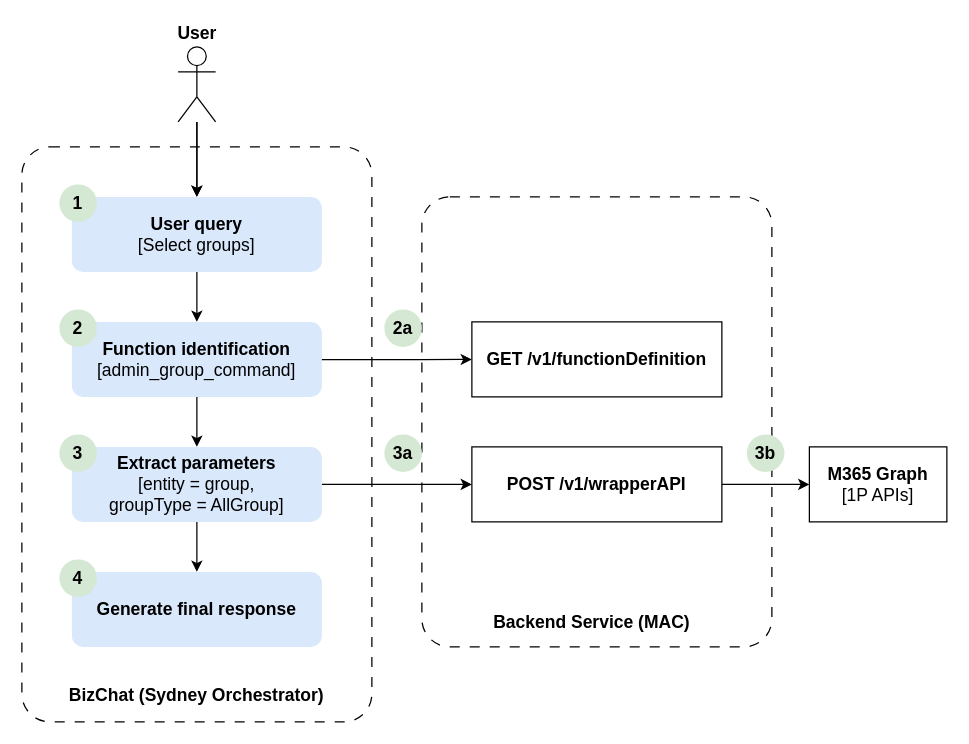
Above: AdminAgentPOC2.drawio in prshelke/DrawIO (draw.io), before the change. Source tidied: cells renumbered, new cells numbered last; positions are measured from the earlier drawing's top-left corner, leaving out a move shared by most shapes. Both pictures are drawn from the tidied source at 125%, with x=0, y=0 at pixel (21, 46).
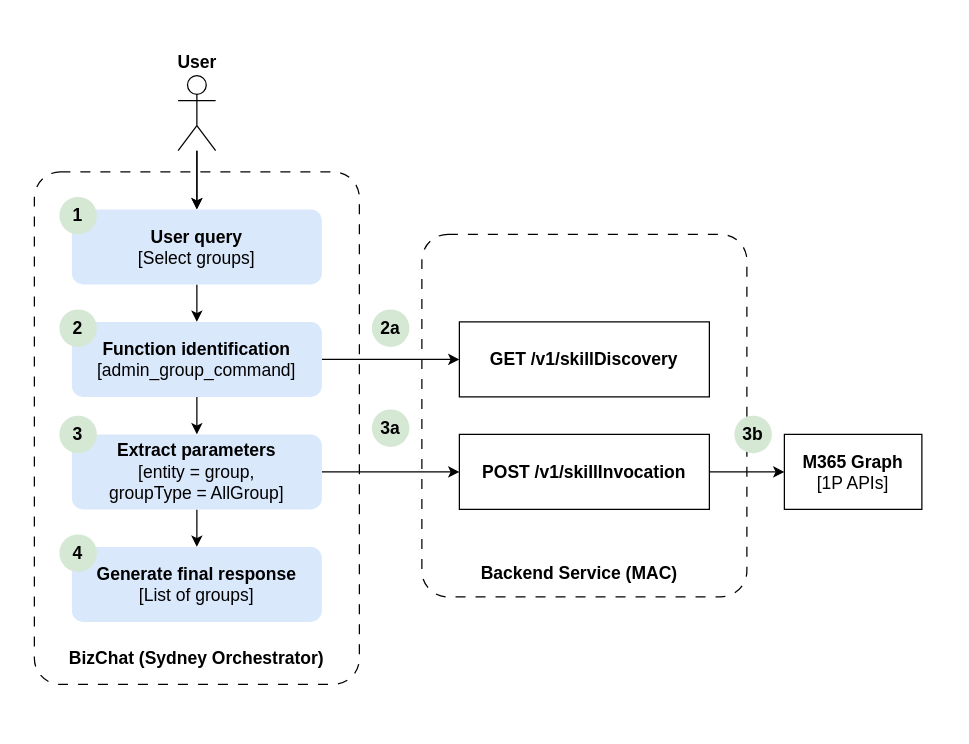
The same diagram, later.

The change refers to these unchanged cells:
```xml
<mxCell id="12" value="&lt;span&gt;&lt;b&gt;Function identification&lt;/b&gt;&lt;/span&gt;&lt;div&gt;&lt;span&gt;[admin_group_command]&lt;/span&gt;&lt;/div&gt;" style="rounded=1;whiteSpace=wrap;html=1;fillColor=#dae8fc;strokeColor=none;fontSize=14;" parent="1" vertex="1">
  <mxGeometry x="40" y="220" width="200" height="60" as="geometry" />
</mxCell>
```

What changed in the source:
```diff
@@
-    <mxCell id="2" value="&lt;div&gt;&lt;br&gt;&lt;/div&gt;&lt;b&gt;&lt;font style=&quot;font-size: 14px;&quot;&gt;&lt;div style=&quot;&quot;&gt;&lt;b style=&quot;background-color: transparent; color: light-dark(rgb(0, 0, 0), rgb(255, 255, 255)); font-size: 12px;&quot;&gt;&lt;font style=&quot;font-size: 14px;&quot;&gt;&lt;br&gt;&lt;/font&gt;&lt;/b&gt;&lt;/div&gt;&lt;div style=&quot;&quot;&gt;&lt;br&gt;&lt;/div&gt;&lt;div style=&quot;&quot;&gt;&lt;b style=&quot;background-color: transparent; color: light-dark(rgb(0, 0, 0), rgb(255, 255, 255)); font-size: 12px;&quot;&gt;&lt;font style=&quot;font-size: 14px;&quot;&gt;&lt;br&gt;&lt;/font&gt;&lt;/b&gt;&lt;/div&gt;&lt;div style=&quot;&quot;&gt;&lt;b style=&quot;background-color: transparent; color: light-dark(rgb(0, 0, 0), rgb(255, 255, 255)); font-size: 12px;&quot;&gt;&lt;font style=&quot;font-size: 14px;&quot;&gt;&lt;br&gt;&lt;/font&gt;&lt;/b&gt;&lt;/div&gt;&lt;div style=&quot;&quot;&gt;&lt;b style=&quot;background-color: transparent; color: light-dark(rgb(0, 0, 0), rgb(255, 255, 255)); font-size: 12px;&quot;&gt;&lt;font style=&quot;font-size: 14px;&quot;&gt;&lt;br&gt;&lt;/font&gt;&lt;/b&gt;&lt;/div&gt;&lt;div style=&quot;&quot;&gt;&lt;b style=&quot;background-color: transparent; color: light-dark(rgb(0, 0, 0), rgb(255, 255, 255)); font-size: 12px;&quot;&gt;&lt;font style=&quot;font-size: 14px;&quot;&gt;&lt;br&gt;&lt;/font&gt;&lt;/b&gt;&lt;/div&gt;&lt;div style=&quot;&quot;&gt;&lt;b style=&quot;background-color: transparent; color: light-dark(rgb(0, 0, 0), rgb(255, 255, 255)); font-size: 12px;&quot;&gt;&lt;font style=&quot;font-size: 14px;&quot;&gt;&lt;br&gt;&lt;/font&gt;&lt;/b&gt;&lt;/div&gt;&lt;div style=&quot;&quot;&gt;&lt;b style=&quot;background-color: transparent; color: light-dark(rgb(0, 0, 0), rgb(255, 255, 255)); font-size: 12px;&quot;&gt;&lt;font style=&quot;font-size: 14px;&quot;&gt;&lt;br&gt;&lt;/font&gt;&lt;/b&gt;&lt;/div&gt;&lt;div style=&quot;&quot;&gt;&lt;b style=&quot;background-color: transparent; color: light-dark(rgb(0, 0, 0), rgb(255, 255, 255)); font-size: 12px;&quot;&gt;&lt;font style=&quot;font-size: 14px;&quot;&gt;&lt;br&gt;&lt;/font&gt;&lt;/b&gt;&lt;/div&gt;&lt;div style=&quot;&quot;&gt;&lt;b style=&quot;background-color: transparent; color: light-dark(rgb(0, 0, 0), rgb(255, 255, 255)); font-size: 12px;&quot;&gt;&lt;font style=&quot;font-size: 14px;&quot;&gt;&lt;br&gt;&lt;/font&gt;&lt;/b&gt;&lt;/div&gt;&lt;div style=&quot;&quot;&gt;&lt;b style=&quot;background-color: transparent; color: light-dark(rgb(0, 0, 0), rgb(255, 255, 255)); font-size: 12px;&quot;&gt;&lt;font style=&quot;font-size: 14px;&quot;&gt;&lt;br&gt;&lt;/font&gt;&lt;/b&gt;&lt;/div&gt;&lt;div style=&quot;&quot;&gt;&lt;b style=&quot;background-color: transparent; color: light-dark(rgb(0, 0, 0), rgb(255, 255, 255)); font-size: 12px;&quot;&gt;&lt;font style=&quot;font-size: 14px;&quot;&gt;&lt;br&gt;&lt;/font&gt;&lt;/b&gt;&lt;/div&gt;&lt;div style=&quot;&quot;&gt;&lt;b style=&quot;background-color: transparent; color: light-dark(rgb(0, 0, 0), rgb(255, 255, 255)); font-size: 12px;&quot;&gt;&lt;font style=&quot;font-size: 14px;&quot;&gt;&lt;br&gt;&lt;/font&gt;&lt;/b&gt;&lt;/div&gt;&lt;div style=&quot;&quot;&gt;&lt;b style=&quot;background-color: transparent; color: light-dark(rgb(0, 0, 0), rgb(255, 255, 255)); font-size: 12px;&quot;&gt;&lt;font style=&quot;font-size: 14px;&quot;&gt;&lt;br&gt;&lt;/font&gt;&lt;/b&gt;&lt;/div&gt;&lt;div style=&quot;&quot;&gt;&lt;b style=&quot;background-color: transparent; color: light-dark(rgb(0, 0, 0), rgb(255, 255, 255)); font-size: 12px;&quot;&gt;&lt;font style=&quot;font-size: 14px;&quot;&gt;&lt;br&gt;&lt;/font&gt;&lt;/b&gt;&lt;/div&gt;&lt;div style=&quot;&quot;&gt;&lt;b style=&quot;background-color: transparent; color: light-dark(rgb(0, 0, 0), rgb(255, 255, 255)); font-size: 12px;&quot;&gt;&lt;font style=&quot;font-size: 14px;&quot;&gt;&lt;br&gt;&lt;/font&gt;&lt;/b&gt;&lt;/div&gt;&lt;div style=&quot;&quot;&gt;&lt;b style=&quot;background-color: transparent; color: light-dark(rgb(0, 0, 0), rgb(255, 255, 255)); font-size: 12px;&quot;&gt;&lt;font style=&quot;font-size: 14px;&quot;&gt;&lt;br&gt;&lt;/font&gt;&lt;/b&gt;&lt;/div&gt;&lt;div style=&quot;&quot;&gt;&lt;b style=&quot;background-color: transparent; color: light-dark(rgb(0, 0, 0), rgb(255, 255, 255)); font-size: 12px;&quot;&gt;&lt;font style=&quot;font-size: 14px;&quot;&gt;&lt;br&gt;&lt;/font&gt;&lt;/b&gt;&lt;/div&gt;&lt;div style=&quot;&quot;&gt;&lt;b style=&quot;background-color: transparent; color: light-dark(rgb(0, 0, 0), rgb(255, 255, 255)); font-size: 12px;&quot;&gt;&lt;font style=&quot;font-size: 14px;&quot;&gt;&lt;br&gt;&lt;/font&gt;&lt;/b&gt;&lt;/div&gt;&lt;div style=&quot;&quot;&gt;&lt;b style=&quot;background-color: transparent; color: light-dark(rgb(0, 0, 0), rgb(255, 255, 255)); font-size: 12px;&quot;&gt;&lt;font style=&quot;font-size: 14px;&quot;&gt;&lt;br&gt;&lt;/font&gt;&lt;/b&gt;&lt;/div&gt;&lt;div style=&quot;&quot;&gt;&lt;b style=&quot;background-color: transparent; color: light-dark(rgb(0, 0, 0), rgb(255, 255, 255)); font-size: 12px;&quot;&gt;&lt;font style=&quot;font-size: 14px;&quot;&gt;&lt;br&gt;&lt;/font&gt;&lt;/b&gt;&lt;/div&gt;&lt;div style=&quot;&quot;&gt;&lt;b style=&quot;background-color: transparent; color: light-dark(rgb(0, 0, 0), rgb(255, 255, 255)); font-size: 12px;&quot;&gt;&lt;font style=&quot;font-size: 14px;&quot;&gt;&lt;br&gt;&lt;/font&gt;&lt;/b&gt;&lt;/div&gt;&lt;div style=&quot;&quot;&gt;&lt;b style=&quot;background-color: transparent; color: light-dark(rgb(0, 0, 0), rgb(255, 255, 255)); font-size: 12px;&quot;&gt;&lt;font style=&quot;font-size: 14px;&quot;&gt;&lt;br&gt;&lt;/font&gt;&lt;/b&gt;&lt;/div&gt;&lt;div style=&quot;&quot;&gt;&lt;b style=&quot;background-color: transparent; color: light-dark(rgb(0, 0, 0), rgb(255, 255, 255)); font-size: 12px;&quot;&gt;&lt;font style=&quot;font-size: 14px;&quot;&gt;&lt;br&gt;&lt;/font&gt;&lt;/b&gt;&lt;/div&gt;&lt;div style=&quot;&quot;&gt;&lt;b style=&quot;background-color: transparent; color: light-dark(rgb(0, 0, 0), rgb(255, 255, 255)); font-size: 12px;&quot;&gt;&lt;font style=&quot;font-size: 14px;&quot;&gt;BizChat (Sydney Orchestrator)&lt;/font&gt;&lt;/b&gt;&lt;/div&gt;&lt;/font&gt;&lt;/b&gt;" style="rounded=1;whiteSpace=wrap;html=1;fillStyle=dashed;fillColor=none;gradientColor=none;dashed=1;dashPattern=8 8;align=center;arcSize=8;" parent="1" vertex="1">
-      <mxGeometry y="80" width="280" height="460" as="geometry" />
+    <mxCell id="2" value="&lt;div&gt;&lt;br&gt;&lt;/div&gt;&lt;b&gt;&lt;font style=&quot;font-size: 14px;&quot;&gt;&lt;div style=&quot;&quot;&gt;&lt;b style=&quot;background-color: transparent; color: light-dark(rgb(0, 0, 0), rgb(255, 255, 255)); font-size: 12px;&quot;&gt;&lt;font style=&quot;font-size: 14px;&quot;&gt;&lt;br&gt;&lt;/font&gt;&lt;/b&gt;&lt;/div&gt;&lt;div style=&quot;&quot;&gt;&lt;br&gt;&lt;/div&gt;&lt;div style=&quot;&quot;&gt;&lt;b style=&quot;background-color: transparent; color: light-dark(rgb(0, 0, 0), rgb(255, 255, 255)); font-size: 12px;&quot;&gt;&lt;font style=&quot;font-size: 14px;&quot;&gt;&lt;br&gt;&lt;/font&gt;&lt;/b&gt;&lt;/div&gt;&lt;div style=&quot;&quot;&gt;&lt;b style=&quot;background-color: transparent; color: light-dark(rgb(0, 0, 0), rgb(255, 255, 255)); font-size: 12px;&quot;&gt;&lt;font style=&quot;font-size: 14px;&quot;&gt;&lt;br&gt;&lt;/font&gt;&lt;/b&gt;&lt;/div&gt;&lt;div style=&quot;&quot;&gt;&lt;b style=&quot;background-color: transparent; color: light-dark(rgb(0, 0, 0), rgb(255, 255, 255)); font-size: 12px;&quot;&gt;&lt;font style=&quot;font-size: 14px;&quot;&gt;&lt;br&gt;&lt;/font&gt;&lt;/b&gt;&lt;/div&gt;&lt;div style=&quot;&quot;&gt;&lt;b style=&quot;background-color: transparent; color: light-dark(rgb(0, 0, 0), rgb(255, 255, 255)); font-size: 12px;&quot;&gt;&lt;font style=&quot;font-size: 14px;&quot;&gt;&lt;br&gt;&lt;/font&gt;&lt;/b&gt;&lt;/div&gt;&lt;div style=&quot;&quot;&gt;&lt;b style=&quot;background-color: transparent; color: light-dark(rgb(0, 0, 0), rgb(255, 255, 255)); font-size: 12px;&quot;&gt;&lt;font style=&quot;font-size: 14px;&quot;&gt;&lt;br&gt;&lt;/font&gt;&lt;/b&gt;&lt;/div&gt;&lt;div style=&quot;&quot;&gt;&lt;b style=&quot;background-color: transparent; color: light-dark(rgb(0, 0, 0), rgb(255, 255, 255)); font-size: 12px;&quot;&gt;&lt;font style=&quot;font-size: 14px;&quot;&gt;&lt;br&gt;&lt;/font&gt;&lt;/b&gt;&lt;/div&gt;&lt;div style=&quot;&quot;&gt;&lt;b style=&quot;background-color: transparent; color: light-dark(rgb(0, 0, 0), rgb(255, 255, 255)); font-size: 12px;&quot;&gt;&lt;font style=&quot;font-size: 14px;&quot;&gt;&lt;br&gt;&lt;/font&gt;&lt;/b&gt;&lt;/div&gt;&lt;div style=&quot;&quot;&gt;&lt;b style=&quot;background-color: transparent; color: light-dark(rgb(0, 0, 0), rgb(255, 255, 255)); font-size: 12px;&quot;&gt;&lt;font style=&quot;font-size: 14px;&quot;&gt;&lt;br&gt;&lt;/font&gt;&lt;/b&gt;&lt;/div&gt;&lt;div style=&quot;&quot;&gt;&lt;b style=&quot;background-color: transparent; color: light-dark(rgb(0, 0, 0), rgb(255, 255, 255)); font-size: 12px;&quot;&gt;&lt;font style=&quot;font-size: 14px;&quot;&gt;&lt;br&gt;&lt;/font&gt;&lt;/b&gt;&lt;/div&gt;&lt;div style=&quot;&quot;&gt;&lt;b style=&quot;background-color: transparent; color: light-dark(rgb(0, 0, 0), rgb(255, 255, 255)); font-size: 12px;&quot;&gt;&lt;font style=&quot;font-size: 14px;&quot;&gt;&lt;br&gt;&lt;/font&gt;&lt;/b&gt;&lt;/div&gt;&lt;div style=&quot;&quot;&gt;&lt;b style=&quot;background-color: transparent; color: light-dark(rgb(0, 0, 0), rgb(255, 255, 255)); font-size: 12px;&quot;&gt;&lt;font style=&quot;font-size: 14px;&quot;&gt;&lt;br&gt;&lt;/font&gt;&lt;/b&gt;&lt;/div&gt;&lt;div style=&quot;&quot;&gt;&lt;b style=&quot;background-color: transparent; color: light-dark(rgb(0, 0, 0), rgb(255, 255, 255)); font-size: 12px;&quot;&gt;&lt;font style=&quot;font-size: 14px;&quot;&gt;&lt;br&gt;&lt;/font&gt;&lt;/b&gt;&lt;/div&gt;&lt;div style=&quot;&quot;&gt;&lt;b style=&quot;background-color: transparent; color: light-dark(rgb(0, 0, 0), rgb(255, 255, 255)); font-size: 12px;&quot;&gt;&lt;font style=&quot;font-size: 14px;&quot;&gt;&lt;br&gt;&lt;/font&gt;&lt;/b&gt;&lt;/div&gt;&lt;div style=&quot;&quot;&gt;&lt;b style=&quot;background-color: transparent; color: light-dark(rgb(0, 0, 0), rgb(255, 255, 255)); font-size: 12px;&quot;&gt;&lt;font style=&quot;font-size: 14px;&quot;&gt;&lt;br&gt;&lt;/font&gt;&lt;/b&gt;&lt;/div&gt;&lt;div style=&quot;&quot;&gt;&lt;b style=&quot;background-color: transparent; color: light-dark(rgb(0, 0, 0), rgb(255, 255, 255)); font-size: 12px;&quot;&gt;&lt;font style=&quot;font-size: 14px;&quot;&gt;&lt;br&gt;&lt;/font&gt;&lt;/b&gt;&lt;/div&gt;&lt;div style=&quot;&quot;&gt;&lt;b style=&quot;background-color: transparent; color: light-dark(rgb(0, 0, 0), rgb(255, 255, 255)); font-size: 12px;&quot;&gt;&lt;font style=&quot;font-size: 14px;&quot;&gt;&lt;br&gt;&lt;/font&gt;&lt;/b&gt;&lt;/div&gt;&lt;div style=&quot;&quot;&gt;&lt;b style=&quot;background-color: transparent; color: light-dark(rgb(0, 0, 0), rgb(255, 255, 255)); font-size: 12px;&quot;&gt;&lt;font style=&quot;font-size: 14px;&quot;&gt;&lt;br&gt;&lt;/font&gt;&lt;/b&gt;&lt;/div&gt;&lt;div style=&quot;&quot;&gt;&lt;br&gt;&lt;/div&gt;&lt;div style=&quot;&quot;&gt;&lt;br&gt;&lt;/div&gt;&lt;div style=&quot;&quot;&gt;&lt;b style=&quot;background-color: transparent; color: light-dark(rgb(0, 0, 0), rgb(255, 255, 255)); font-size: 12px;&quot;&gt;&lt;font style=&quot;font-size: 14px;&quot;&gt;BizChat (Sydney Orchestrator)&lt;/font&gt;&lt;/b&gt;&lt;/div&gt;&lt;/font&gt;&lt;/b&gt;" style="rounded=1;whiteSpace=wrap;html=1;fillStyle=dashed;fillColor=none;gradientColor=none;dashed=1;dashPattern=8 8;align=center;arcSize=8;" parent="1" vertex="1">
+      <mxGeometry x="10" y="100" width="260" height="410" as="geometry" />
     </mxCell>
-    <mxCell id="3" value="&lt;div&gt;&lt;b&gt;&lt;font style=&quot;font-size: 14px;&quot;&gt;&lt;br&gt;&lt;/font&gt;&lt;/b&gt;&lt;/div&gt;&lt;b&gt;&lt;font style=&quot;font-size: 14px;&quot;&gt;&lt;div&gt;&lt;b&gt;&lt;font style=&quot;font-size: 14px;&quot;&gt;&lt;br&gt;&lt;/font&gt;&lt;/b&gt;&lt;/div&gt;&lt;div&gt;&lt;b&gt;&lt;font style=&quot;font-size: 14px;&quot;&gt;&lt;br&gt;&lt;/font&gt;&lt;/b&gt;&lt;/div&gt;&lt;div&gt;&lt;b&gt;&lt;font style=&quot;font-size: 14px;&quot;&gt;&lt;br&gt;&lt;/font&gt;&lt;/b&gt;&lt;/div&gt;&lt;div&gt;&lt;b&gt;&lt;font style=&quot;font-size: 14px;&quot;&gt;&lt;br&gt;&lt;/font&gt;&lt;/b&gt;&lt;/div&gt;&lt;div&gt;&lt;b&gt;&lt;font style=&quot;font-size: 14px;&quot;&gt;&lt;br&gt;&lt;/font&gt;&lt;/b&gt;&lt;/div&gt;&lt;div&gt;&lt;b&gt;&lt;font style=&quot;font-size: 14px;&quot;&gt;&lt;br&gt;&lt;/font&gt;&lt;/b&gt;&lt;/div&gt;&lt;div&gt;&lt;b&gt;&lt;font style=&quot;font-size: 14px;&quot;&gt;&lt;br&gt;&lt;/font&gt;&lt;/b&gt;&lt;/div&gt;&lt;div&gt;&lt;b&gt;&lt;font style=&quot;font-size: 14px;&quot;&gt;&lt;br&gt;&lt;/font&gt;&lt;/b&gt;&lt;/div&gt;&lt;div&gt;&lt;b&gt;&lt;font style=&quot;font-size: 14px;&quot;&gt;&lt;br&gt;&lt;/font&gt;&lt;/b&gt;&lt;/div&gt;&lt;div&gt;&lt;b&gt;&lt;font style=&quot;font-size: 14px;&quot;&gt;&lt;br&gt;&lt;/font&gt;&lt;/b&gt;&lt;/div&gt;&lt;div&gt;&lt;b&gt;&lt;font style=&quot;font-size: 14px;&quot;&gt;&lt;br&gt;&lt;/font&gt;&lt;/b&gt;&lt;/div&gt;&lt;div&gt;&lt;b&gt;&lt;font style=&quot;font-size: 14px;&quot;&gt;&lt;br&gt;&lt;/font&gt;&lt;/b&gt;&lt;/div&gt;&lt;div&gt;&lt;b&gt;&lt;font style=&quot;font-size: 14px;&quot;&gt;&lt;br&gt;&lt;/font&gt;&lt;/b&gt;&lt;/div&gt;&lt;div&gt;&lt;b&gt;&lt;font style=&quot;font-size: 14px;&quot;&gt;&lt;br&gt;&lt;/font&gt;&lt;/b&gt;&lt;/div&gt;&lt;div&gt;&lt;b&gt;&lt;font style=&quot;font-size: 14px;&quot;&gt;&lt;br&gt;&lt;/font&gt;&lt;/b&gt;&lt;/div&gt;&lt;div&gt;&lt;b&gt;&lt;font style=&quot;font-size: 14px;&quot;&gt;&lt;br&gt;&lt;/font&gt;&lt;/b&gt;&lt;/div&gt;&lt;div&gt;&lt;b&gt;&lt;font style=&quot;font-size: 14px;&quot;&gt;&lt;br&gt;&lt;/font&gt;&lt;/b&gt;&lt;/div&gt;&lt;div&gt;&lt;b&gt;&lt;font style=&quot;font-size: 14px;&quot;&gt;&lt;br&gt;&lt;/font&gt;&lt;/b&gt;&lt;/div&gt;Backend Service (MAC)&amp;nbsp;&amp;nbsp;&lt;/font&gt;&lt;/b&gt;" style="rounded=1;whiteSpace=wrap;html=1;fillStyle=dashed;fillColor=default;gradientColor=none;dashed=1;dashPattern=8 8;align=center;arcSize=8;" parent="1" vertex="1">
-      <mxGeometry x="320" y="120" width="280" height="360" as="geometry" />
+    <mxCell id="3" value="&lt;div&gt;&lt;b&gt;&lt;font style=&quot;font-size: 14px;&quot;&gt;&lt;br&gt;&lt;/font&gt;&lt;/b&gt;&lt;/div&gt;&lt;b&gt;&lt;font style=&quot;font-size: 14px;&quot;&gt;&lt;div&gt;&lt;b&gt;&lt;font style=&quot;font-size: 14px;&quot;&gt;&lt;br&gt;&lt;/font&gt;&lt;/b&gt;&lt;/div&gt;&lt;div&gt;&lt;b&gt;&lt;font style=&quot;font-size: 14px;&quot;&gt;&lt;br&gt;&lt;/font&gt;&lt;/b&gt;&lt;/div&gt;&lt;div&gt;&lt;b&gt;&lt;font style=&quot;font-size: 14px;&quot;&gt;&lt;br&gt;&lt;/font&gt;&lt;/b&gt;&lt;/div&gt;&lt;div&gt;&lt;b&gt;&lt;font style=&quot;font-size: 14px;&quot;&gt;&lt;br&gt;&lt;/font&gt;&lt;/b&gt;&lt;/div&gt;&lt;div&gt;&lt;b&gt;&lt;font style=&quot;font-size: 14px;&quot;&gt;&lt;br&gt;&lt;/font&gt;&lt;/b&gt;&lt;/div&gt;&lt;div&gt;&lt;b&gt;&lt;font style=&quot;font-size: 14px;&quot;&gt;&lt;br&gt;&lt;/font&gt;&lt;/b&gt;&lt;/div&gt;&lt;div&gt;&lt;b&gt;&lt;font style=&quot;font-size: 14px;&quot;&gt;&lt;br&gt;&lt;/font&gt;&lt;/b&gt;&lt;/div&gt;&lt;div&gt;&lt;b&gt;&lt;font style=&quot;font-size: 14px;&quot;&gt;&lt;br&gt;&lt;/font&gt;&lt;/b&gt;&lt;/div&gt;&lt;div&gt;&lt;b&gt;&lt;font style=&quot;font-size: 14px;&quot;&gt;&lt;br&gt;&lt;/font&gt;&lt;/b&gt;&lt;/div&gt;&lt;div&gt;&lt;b&gt;&lt;font style=&quot;font-size: 14px;&quot;&gt;&lt;br&gt;&lt;/font&gt;&lt;/b&gt;&lt;/div&gt;&lt;div&gt;&lt;b&gt;&lt;font style=&quot;font-size: 14px;&quot;&gt;&lt;br&gt;&lt;/font&gt;&lt;/b&gt;&lt;/div&gt;&lt;div&gt;&lt;b&gt;&lt;font style=&quot;font-size: 14px;&quot;&gt;&lt;br&gt;&lt;/font&gt;&lt;/b&gt;&lt;/div&gt;&lt;div&gt;&lt;b&gt;&lt;font style=&quot;font-size: 14px;&quot;&gt;&lt;br&gt;&lt;/font&gt;&lt;/b&gt;&lt;/div&gt;&lt;div&gt;&lt;br&gt;&lt;/div&gt;Backend Service (MAC)&amp;nbsp;&amp;nbsp;&lt;/font&gt;&lt;/b&gt;" style="rounded=1;whiteSpace=wrap;html=1;fillStyle=dashed;fillColor=default;gradientColor=none;dashed=1;dashPattern=8 8;align=center;arcSize=8;" parent="1" vertex="1">
+      <mxGeometry x="320" y="150" width="260" height="290" as="geometry" />
     </mxCell>
@@
     <mxCell id="5" value="&lt;font&gt;&lt;b&gt;User query&lt;/b&gt;&lt;/font&gt;&lt;div&gt;&lt;font&gt;[Select groups]&lt;/font&gt;&lt;/div&gt;" style="rounded=1;whiteSpace=wrap;html=1;fillColor=#dae8fc;strokeColor=none;fontSize=14;" parent="1" vertex="1">
-      <mxGeometry x="40" y="120" width="200" height="60" as="geometry" />
+      <mxGeometry x="40" y="130" width="200" height="60" as="geometry" />
     </mxCell>
@@
     <mxCell id="8" value="User" style="shape=umlActor;verticalLabelPosition=top;verticalAlign=bottom;html=1;outlineConnect=0;fontColor=default;align=center;horizontal=1;labelPosition=center;fontStyle=1;fontSize=14;" parent="1" vertex="1">
-      <mxGeometry x="125" width="30" height="60" as="geometry" />
+      <mxGeometry x="125" y="23" width="30" height="60" as="geometry" />
     </mxCell>
-    <mxCell id="9" value="&lt;span&gt;&lt;b&gt;Generate final response&lt;/b&gt;&lt;/span&gt;" style="rounded=1;whiteSpace=wrap;html=1;strokeColor=none;fillColor=#dae8fc;fontSize=14;" parent="1" vertex="1">
-      <mxGeometry x="40" y="420" width="200" height="60" as="geometry" />
+    <mxCell id="9" value="&lt;span&gt;&lt;b&gt;Generate final response&lt;/b&gt;&lt;/span&gt;&lt;div&gt;&lt;span&gt;[List of groups]&lt;/span&gt;&lt;/div&gt;" style="rounded=1;whiteSpace=wrap;html=1;strokeColor=none;fillColor=#dae8fc;fontSize=14;" parent="1" vertex="1">
+      <mxGeometry x="40" y="400" width="200" height="60" as="geometry" />
     </mxCell>
-    <mxCell id="10" style="edgeStyle=orthogonalEdgeStyle;rounded=0;jettySize=auto;html=1;exitX=0.813;exitY=0.37;exitDx=0;exitDy=0;entryX=0;entryY=0.5;entryDx=0;entryDy=0;exitPerimeter=0;" parent="1" edge="1" source="2" target="13">
-      <mxGeometry relative="1" as="geometry" />
-    </mxCell>
@@
+    <mxCell id="27" style="edgeStyle=orthogonalEdgeStyle;rounded=0;jettySize=auto;html=1;entryX=0;entryY=0.5;entryDx=0;entryDy=0;" parent="1" edge="1" source="12" target="13">
+      <mxGeometry relative="1" as="geometry" />
+    </mxCell>
@@
-    <mxCell id="13" value="&lt;font&gt;GET /v1/functionDefinition&lt;/font&gt;" style="rounded=0;whiteSpace=wrap;html=1;fontSize=14;fontStyle=1;" parent="1" vertex="1">
-      <mxGeometry x="360" y="220" width="200" height="60" as="geometry" />
+    <mxCell id="13" value="&lt;font&gt;GET /v1/skillDiscovery&lt;/font&gt;" style="rounded=0;whiteSpace=wrap;html=1;fontSize=14;fontStyle=1;" parent="1" vertex="1">
+      <mxGeometry x="350" y="220" width="200" height="60" as="geometry" />
     </mxCell>
-    <mxCell id="14" style="edgeStyle=orthogonalEdgeStyle;rounded=0;jettySize=auto;html=1;exitX=1;exitY=0.5;exitDx=0;exitDy=0;entryX=0;entryY=0.5;entryDx=0;entryDy=0;" parent="1" edge="1" source="15">
-      <mxGeometry relative="1" as="geometry">
-        <mxPoint x="630" y="350" as="targetPoint" />
-      </mxGeometry>
+    <mxCell id="14" style="edgeStyle=orthogonalEdgeStyle;rounded=0;jettySize=auto;html=1;exitX=1;exitY=0.5;exitDx=0;exitDy=0;entryX=0;entryY=0.5;entryDx=0;entryDy=0;" parent="1" edge="1" source="15" target="19">
+      <mxGeometry relative="1" as="geometry" />
     </mxCell>
-    <mxCell id="15" value="&lt;font&gt;POST /v1/wrapperAPI&lt;/font&gt;" style="rounded=0;whiteSpace=wrap;html=1;fontSize=14;fontStyle=1;" parent="1" vertex="1">
-      <mxGeometry x="360" y="320" width="200" height="60" as="geometry" />
+    <mxCell id="15" value="&lt;font&gt;POST /v1/skillInvocation&lt;/font&gt;" style="rounded=0;whiteSpace=wrap;html=1;fontSize=14;fontStyle=1;" parent="1" vertex="1">
+      <mxGeometry x="350" y="310" width="200" height="60" as="geometry" />
     </mxCell>
@@
     <mxCell id="18" value="&lt;span&gt;&lt;b&gt;Extract parameters&lt;/b&gt;&lt;/span&gt;&lt;div&gt;&lt;span&gt;[entity = group,&lt;/span&gt;&lt;/div&gt;&lt;div&gt;&lt;span&gt;groupType = AllGroup]&lt;/span&gt;&lt;/div&gt;" style="rounded=1;whiteSpace=wrap;html=1;strokeColor=none;fillColor=#dae8fc;fontSize=14;" parent="1" vertex="1">
-      <mxGeometry x="40" y="320" width="200" height="60" as="geometry" />
+      <mxGeometry x="40" y="310" width="200" height="60" as="geometry" />
     </mxCell>
     <mxCell id="19" value="&lt;span style=&quot;background-color: transparent; color: light-dark(rgb(0, 0, 0), rgb(255, 255, 255));&quot;&gt;M365 Graph&lt;/span&gt;&lt;br&gt;&lt;span style=&quot;background-color: transparent; color: light-dark(rgb(0, 0, 0), rgb(255, 255, 255)); font-weight: normal;&quot;&gt;[1P APIs]&lt;/span&gt;" style="rounded=0;whiteSpace=wrap;html=1;fontSize=14;fontStyle=1;" parent="1" vertex="1">
-      <mxGeometry x="630" y="320" width="110" height="60" as="geometry" />
+      <mxGeometry x="610" y="310" width="110" height="60" as="geometry" />
     </mxCell>
     <mxCell id="20" value="&lt;font&gt;&lt;span&gt;1&lt;/span&gt;&lt;/font&gt;" style="ellipse;whiteSpace=wrap;html=1;fontSize=14;fillColor=#d5e8d4;strokeColor=none;fontStyle=1;" parent="1" vertex="1">
-      <mxGeometry x="30" y="110" width="30" height="30" as="geometry" />
+      <mxGeometry x="30" y="120" width="30" height="30" as="geometry" />
     </mxCell>
     <mxCell id="21" value="4" style="ellipse;whiteSpace=wrap;html=1;fontSize=14;fillColor=#d5e8d4;strokeColor=none;fontStyle=1;" parent="1" vertex="1">
-      <mxGeometry x="30" y="410" width="30" height="30" as="geometry" />
+      <mxGeometry x="30" y="390" width="30" height="30" as="geometry" />
     </mxCell>
     <mxCell id="22" value="3" style="ellipse;whiteSpace=wrap;html=1;fontSize=14;fillColor=#d5e8d4;strokeColor=none;fontStyle=1;" parent="1" vertex="1">
-      <mxGeometry x="30" y="310" width="30" height="30" as="geometry" />
+      <mxGeometry x="30" y="295" width="30" height="30" as="geometry" />
     </mxCell>
@@
     <mxCell id="24" value="3a" style="ellipse;whiteSpace=wrap;html=1;fontSize=14;fillColor=#d5e8d4;strokeColor=none;fontStyle=1;" parent="1" vertex="1">
-      <mxGeometry x="290" y="310" width="30" height="30" as="geometry" />
+      <mxGeometry x="280" y="290" width="30" height="30" as="geometry" />
     </mxCell>
     <mxCell id="25" value="&lt;b&gt;2a&lt;/b&gt;" style="ellipse;whiteSpace=wrap;html=1;fontSize=14;fillColor=#d5e8d4;strokeColor=none;" parent="1" vertex="1">
-      <mxGeometry x="290" y="210" width="30" height="30" as="geometry" />
+      <mxGeometry x="280" y="210" width="30" height="30" as="geometry" />
     </mxCell>
     <mxCell id="26" value="&lt;b&gt;3b&lt;/b&gt;" style="ellipse;whiteSpace=wrap;html=1;fontSize=14;fillColor=#d5e8d4;strokeColor=none;" parent="1" vertex="1">
-      <mxGeometry x="580" y="310" width="30" height="30" as="geometry" />
+      <mxGeometry x="570" y="295" width="30" height="30" as="geometry" />
     </mxCell>
+    <mxCell id="28" style="edgeStyle=orthogonalEdgeStyle;rounded=0;orthogonalLoop=1;jettySize=auto;html=1;exitX=0.5;exitY=1;exitDx=0;exitDy=0;" parent="1" edge="1" source="15" target="15">
+      <mxGeometry relative="1" as="geometry" />
+    </mxCell>
```
